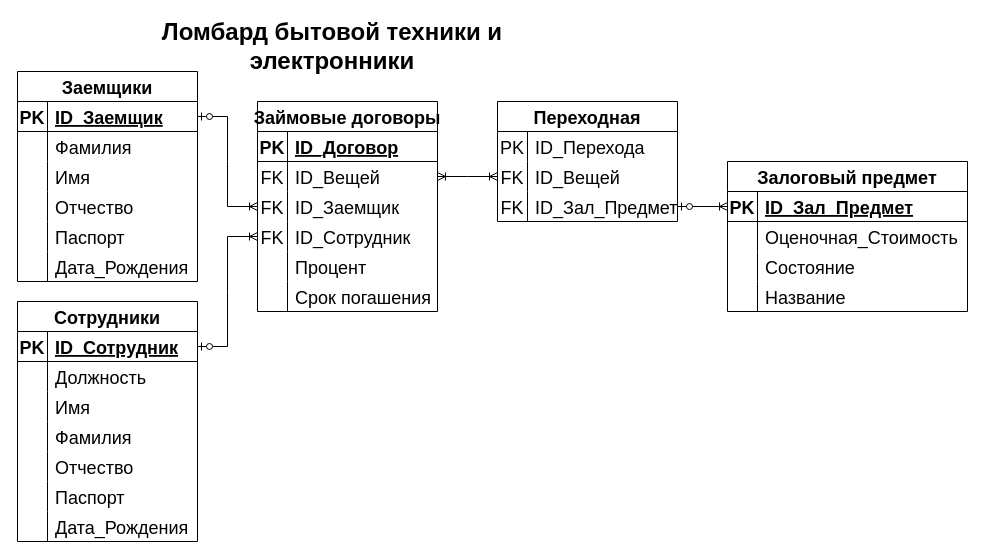
1DeMeNToR1/RocketModUpdater_32 keeps this draw.io diagram as Диаграмма без названия.drawio. Above is the earlier version. Source tidied: cells renumbered, new cells numbered last; positions are measured from the earlier drawing's top-left corner, leaving out a move shared by most shapes. Both pictures are drawn from the tidied source at 100%, with x=0, y=0 at pixel (17, 31).
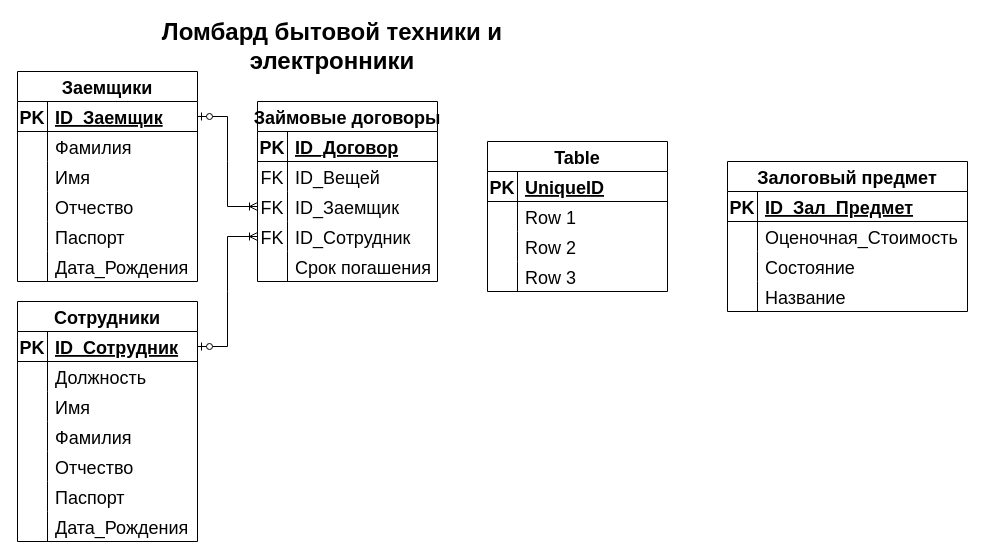
The same page after the edit.

The change refers to these unchanged cells:
```xml
<mxCell id="48" style="shape=tableRow;horizontal=0;startSize=0;swimlaneHead=0;swimlaneBody=0;fillColor=none;points=[[0,0.5],[1,0.5]];portConstraint=eastwest;top=0;left=0;right=0;bottom=0;fontSize=18;" parent="44" vertex="1">
  <mxGeometry y="60" width="180" height="30" as="geometry" />
</mxCell>
<mxCell id="64" style="shape=tableRow;horizontal=0;startSize=0;swimlaneHead=0;swimlaneBody=0;fillColor=none;points=[[0,0.5],[1,0.5]];portConstraint=eastwest;top=0;left=0;right=0;bottom=1;fontSize=18;" parent="63" vertex="1">
  <mxGeometry y="30" width="240" height="30" as="geometry" />
</mxCell>
```

What changed in the source:
```diff
@@
     <mxCell id="44" value="Займовые договоры" style="shape=table;startSize=30;childLayout=tableLayout;rowLines=0;fontStyle=1;align=center;fontSize=18;" parent="1" vertex="1">
-      <mxGeometry x="240" y="70" width="180" height="210" as="geometry" />
+      <mxGeometry x="240" y="70" width="180" height="180" as="geometry" />
     </mxCell>
@@
-    <mxCell id="57" style="shape=tableRow;horizontal=0;startSize=0;swimlaneHead=0;swimlaneBody=0;fillColor=none;top=0;left=0;right=0;bottom=0;fontSize=18;" parent="44" vertex="1">
-      <mxGeometry y="150" width="180" height="30" as="geometry" />
-    </mxCell>
-    <mxCell id="58" style="shape=partialRectangle;fillColor=none;top=0;left=0;bottom=0;right=0;overflow=hidden;fontSize=18;" parent="57" vertex="1">
-      <mxGeometry width="30" height="30" as="geometry" />
-    </mxCell>
-    <mxCell id="59" value="Процент" style="shape=partialRectangle;fillColor=none;top=0;left=0;bottom=0;right=0;align=left;spacingLeft=6;overflow=hidden;fontSize=18;" parent="57" vertex="1">
-      <mxGeometry x="30" width="150" height="30" as="geometry" />
-    </mxCell>
     <mxCell id="60" style="shape=tableRow;horizontal=0;startSize=0;swimlaneHead=0;swimlaneBody=0;fillColor=none;top=0;left=0;right=0;bottom=0;fontSize=18;" parent="44" vertex="1">
-      <mxGeometry y="180" width="180" height="30" as="geometry" />
+      <mxGeometry y="150" width="180" height="30" as="geometry" />
     </mxCell>
@@
-    <mxCell id="76" value="Переходная" style="shape=table;startSize=30;childLayout=tableLayout;rowLines=0;fontStyle=1;align=center;fontSize=18;" parent="1" vertex="1">
-      <mxGeometry x="480" y="70" width="180" height="120" as="geometry" />
-    </mxCell>
-    <mxCell id="77" style="shape=tableRow;horizontal=0;startSize=0;swimlaneHead=0;swimlaneBody=0;fillColor=none;top=0;left=0;right=0;bottom=0;fontSize=18;" parent="76" vertex="1">
-      <mxGeometry y="30" width="180" height="30" as="geometry" />
-    </mxCell>
-    <mxCell id="78" value="PK" style="shape=partialRectangle;fillColor=none;top=0;left=0;bottom=0;right=0;overflow=hidden;fontSize=18;" parent="77" vertex="1">
-      <mxGeometry width="30" height="30" as="geometry" />
-    </mxCell>
-    <mxCell id="79" value="ID_Перехода" style="shape=partialRectangle;fillColor=none;top=0;left=0;bottom=0;right=0;align=left;spacingLeft=6;overflow=hidden;fontSize=18;" parent="77" vertex="1">
-      <mxGeometry x="30" width="150" height="30" as="geometry" />
-    </mxCell>
-    <mxCell id="80" style="shape=tableRow;horizontal=0;startSize=0;swimlaneHead=0;swimlaneBody=0;fillColor=none;points=[[0,0.5],[1,0.5]];portConstraint=eastwest;top=0;left=0;right=0;bottom=0;fontSize=18;" parent="76" vertex="1">
-      <mxGeometry y="60" width="180" height="30" as="geometry" />
-    </mxCell>
-    <mxCell id="81" value="FK" style="shape=partialRectangle;fillColor=none;top=0;left=0;bottom=0;right=0;overflow=hidden;fontSize=18;" parent="80" vertex="1">
-      <mxGeometry width="30" height="30" as="geometry" />
-    </mxCell>
-    <mxCell id="82" value="ID_Вещей" style="shape=partialRectangle;fillColor=none;top=0;left=0;bottom=0;right=0;align=left;spacingLeft=6;overflow=hidden;fontSize=18;" parent="80" vertex="1">
-      <mxGeometry x="30" width="150" height="30" as="geometry" />
-    </mxCell>
-    <mxCell id="83" style="shape=tableRow;horizontal=0;startSize=0;swimlaneHead=0;swimlaneBody=0;fillColor=none;points=[[0,0.5],[1,0.5]];portConstraint=eastwest;top=0;left=0;right=0;bottom=0;fontSize=18;" parent="76" vertex="1">
-      <mxGeometry y="90" width="180" height="30" as="geometry" />
-    </mxCell>
-    <mxCell id="84" value="FK" style="shape=partialRectangle;fillColor=none;top=0;left=0;bottom=0;right=0;overflow=hidden;fontSize=18;" parent="83" vertex="1">
-      <mxGeometry width="30" height="30" as="geometry" />
-    </mxCell>
-    <mxCell id="85" value="ID_Зал_Предмет" style="shape=partialRectangle;fillColor=none;top=0;left=0;bottom=0;right=0;align=left;spacingLeft=6;overflow=hidden;fontSize=18;" parent="83" vertex="1">
-      <mxGeometry x="30" width="150" height="30" as="geometry" />
-    </mxCell>
@@
-    <mxCell id="88" style="edgeStyle=entityRelationEdgeStyle;fontSize=12;html=1;endArrow=ERoneToMany;startArrow=ERzeroToOne;rounded=0;entryX=0;entryY=0.5;entryDx=0;entryDy=0;exitX=1;exitY=0.5;exitDx=0;exitDy=0;" parent="1" edge="1" source="83" target="64">
-      <mxGeometry relative="1" as="geometry" />
-    </mxCell>
-    <mxCell id="89" style="edgeStyle=entityRelationEdgeStyle;fontSize=12;html=1;endArrow=ERoneToMany;startArrow=ERoneToMany;rounded=0;exitX=1;exitY=0.5;exitDx=0;exitDy=0;entryX=0;entryY=0.5;entryDx=0;entryDy=0;" parent="1" edge="1" source="48" target="80">
-      <mxGeometry relative="1" as="geometry" />
-    </mxCell>
+    <mxCell id="90" value="Table" style="shape=table;startSize=30;childLayout=tableLayout;rowLines=0;fontStyle=1;align=center;fontSize=18;" parent="1" vertex="1">
+      <mxGeometry x="470" y="110" width="180" height="150" as="geometry" />
+    </mxCell>
+    <mxCell id="91" style="shape=tableRow;horizontal=0;startSize=0;swimlaneHead=0;swimlaneBody=0;fillColor=none;top=0;left=0;right=0;bottom=1;fontSize=18;" parent="90" vertex="1">
+      <mxGeometry y="30" width="180" height="30" as="geometry" />
+    </mxCell>
+    <mxCell id="78" value="PK" style="shape=partialRectangle;fillColor=none;top=0;left=0;bottom=0;right=0;fontStyle=1;overflow=hidden;fontSize=18;" parent="91" vertex="1">
+      <mxGeometry width="30" height="30" as="geometry" />
+    </mxCell>
+    <mxCell id="92" value="UniqueID" style="shape=partialRectangle;fillColor=none;top=0;left=0;bottom=0;right=0;align=left;spacingLeft=6;fontStyle=5;overflow=hidden;fontSize=18;" parent="91" vertex="1">
+      <mxGeometry x="30" width="150" height="30" as="geometry" />
+    </mxCell>
+    <mxCell id="80" style="shape=tableRow;horizontal=0;startSize=0;swimlaneHead=0;swimlaneBody=0;fillColor=none;points=[[0,0.5],[1,0.5]];portConstraint=eastwest;top=0;left=0;right=0;bottom=0;fontSize=18;" parent="90" vertex="1">
+      <mxGeometry y="60" width="180" height="30" as="geometry" />
+    </mxCell>
+    <mxCell id="93" style="shape=partialRectangle;fillColor=none;top=0;left=0;bottom=0;right=0;overflow=hidden;fontSize=18;" parent="80" vertex="1">
+      <mxGeometry width="30" height="30" as="geometry" />
+    </mxCell>
+    <mxCell id="94" value="Row 1" style="shape=partialRectangle;fillColor=none;top=0;left=0;bottom=0;right=0;align=left;spacingLeft=6;overflow=hidden;fontSize=18;" parent="80" vertex="1">
+      <mxGeometry x="30" width="150" height="30" as="geometry" />
+    </mxCell>
+    <mxCell id="83" style="shape=tableRow;horizontal=0;startSize=0;swimlaneHead=0;swimlaneBody=0;fillColor=none;points=[[0,0.5],[1,0.5]];portConstraint=eastwest;top=0;left=0;right=0;bottom=0;fontSize=18;" parent="90" vertex="1">
+      <mxGeometry y="90" width="180" height="30" as="geometry" />
+    </mxCell>
+    <mxCell id="95" style="shape=partialRectangle;fillColor=none;top=0;left=0;bottom=0;right=0;overflow=hidden;fontSize=18;" parent="83" vertex="1">
+      <mxGeometry width="30" height="30" as="geometry" />
+    </mxCell>
+    <mxCell id="96" value="Row 2" style="shape=partialRectangle;fillColor=none;top=0;left=0;bottom=0;right=0;align=left;spacingLeft=6;overflow=hidden;fontSize=18;" parent="83" vertex="1">
+      <mxGeometry x="30" width="150" height="30" as="geometry" />
+    </mxCell>
+    <mxCell id="97" style="shape=tableRow;horizontal=0;startSize=0;swimlaneHead=0;swimlaneBody=0;fillColor=none;top=0;left=0;right=0;bottom=0;fontSize=18;" parent="90" vertex="1">
+      <mxGeometry y="120" width="180" height="30" as="geometry" />
+    </mxCell>
+    <mxCell id="98" style="shape=partialRectangle;fillColor=none;top=0;left=0;bottom=0;right=0;overflow=hidden;fontSize=18;" parent="97" vertex="1">
+      <mxGeometry width="30" height="30" as="geometry" />
+    </mxCell>
+    <mxCell id="99" value="Row 3" style="shape=partialRectangle;fillColor=none;top=0;left=0;bottom=0;right=0;align=left;spacingLeft=6;overflow=hidden;fontSize=18;" parent="97" vertex="1">
+      <mxGeometry x="30" width="150" height="30" as="geometry" />
+    </mxCell>
```
